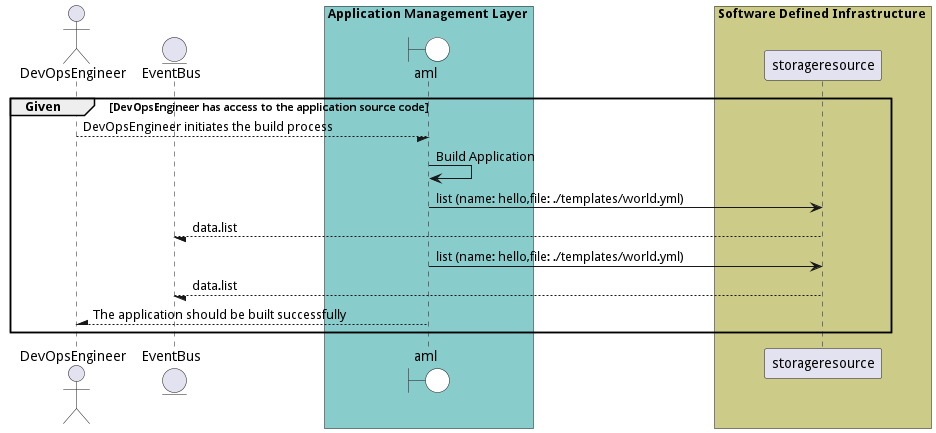
madajaju/edgemere keeps this PlantUML diagram as docs/edgemere/aml/usecases/manageapplications/BuildApplication.png. Above is the earlier version. The source it was exported from:
```plantuml
@startuml


actor "DevOpsEngineer"


entity EventBus

box Application Management Layer #88cccc
    boundary aml #white
end box


box Software Defined Infrastructure #cccc88
            participant storageresource
    end box

group Given [DevOpsEngineer has access to the application source code]

"DevOpsEngineer" --/ aml: DevOpsEngineer initiates the build process
"aml" -> aml: Build Application

    aml -> "storageresource": list (name: hello,file: ./templates/world.yml)

    "storageresource" --/ EventBus: data.list

    aml -> "storageresource": list (name: hello,file: ./templates/world.yml)

    "storageresource" --/ EventBus: data.list



"DevOpsEngineer" /-- aml: The application should be built successfully


end

@enduml
```
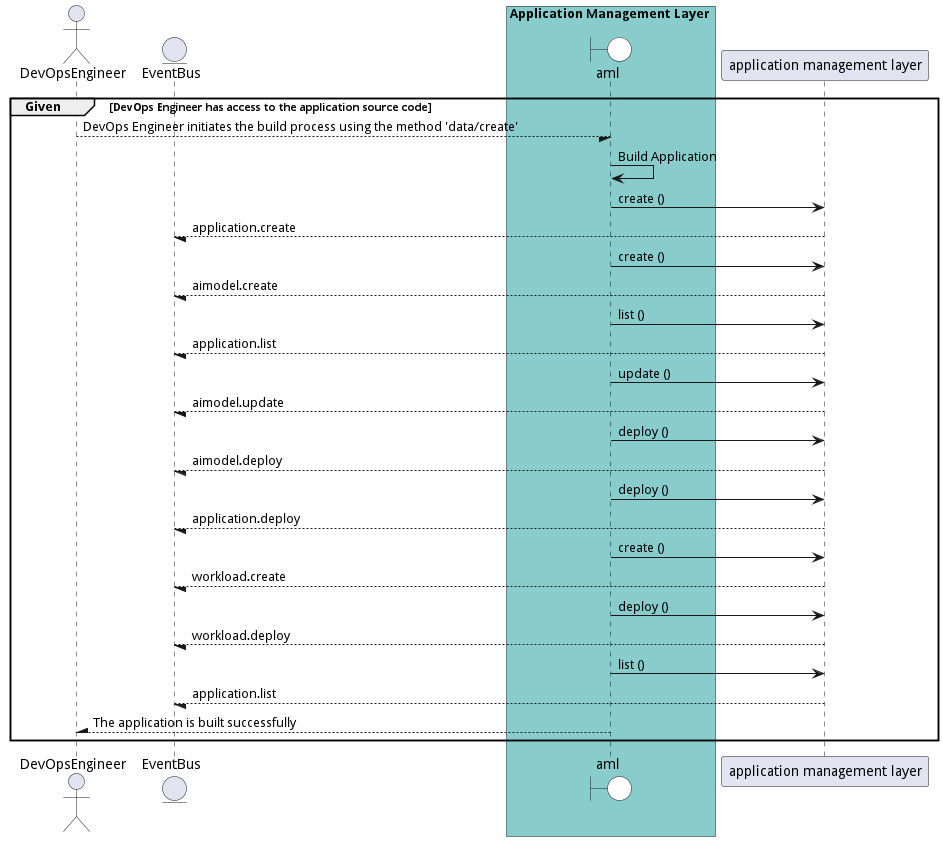
The same diagram one commit later.

Diff of the diagram source:
```diff
@@ -11,26 +11,53 @@
 end box
 
 
-box Software Defined Infrastructure #cccc88
-            participant storageresource
+box Application Management Layer #88cccc
     end box
 
-group Given [DevOpsEngineer has access to the application source code]
+group Given [DevOps Engineer has access to the application source code]
 
-"DevOpsEngineer" --/ aml: DevOpsEngineer initiates the build process
+"DevOpsEngineer" --/ aml: DevOps Engineer initiates the build process using the method &#39;data/create&#39;
 "aml" -> aml: Build Application
 
-    aml -> "storageresource": list (name: hello,file: ./templates/world.yml)
+    aml -> "application management layer": create ()
 
-    "storageresource" --/ EventBus: data.list
+    "application management layer" --/ EventBus: application.create
 
-    aml -> "storageresource": list (name: hello,file: ./templates/world.yml)
+    aml -> "application management layer": create ()
 
-    "storageresource" --/ EventBus: data.list
+    "application management layer" --/ EventBus: aimodel.create
+
+    aml -> "application management layer": list ()
+
+    "application management layer" --/ EventBus: application.list
+
+    aml -> "application management layer": update ()
+
+    "application management layer" --/ EventBus: aimodel.update
+
+    aml -> "application management layer": deploy ()
+
+    "application management layer" --/ EventBus: aimodel.deploy
+
+    aml -> "application management layer": deploy ()
+
+    "application management layer" --/ EventBus: application.deploy
+
+    aml -> "application management layer": create ()
+
+    "application management layer" --/ EventBus: workload.create
+
+    aml -> "application management layer": deploy ()
+
+    "application management layer" --/ EventBus: workload.deploy
+
+    aml -> "application management layer": list ()
+
+    "application management layer" --/ EventBus: application.list
 
 
 
-"DevOpsEngineer" /-- aml: The application should be built successfully
+"DevOpsEngineer" /-- aml: The application is built successfully
 
 
 end
```
